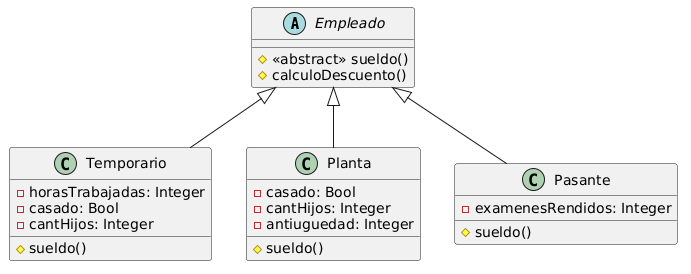
Earlier version of the PlantUML export Practicas/CuadernilloPatrones/Ejercicio2/UML.png (estanivege98/OO2).
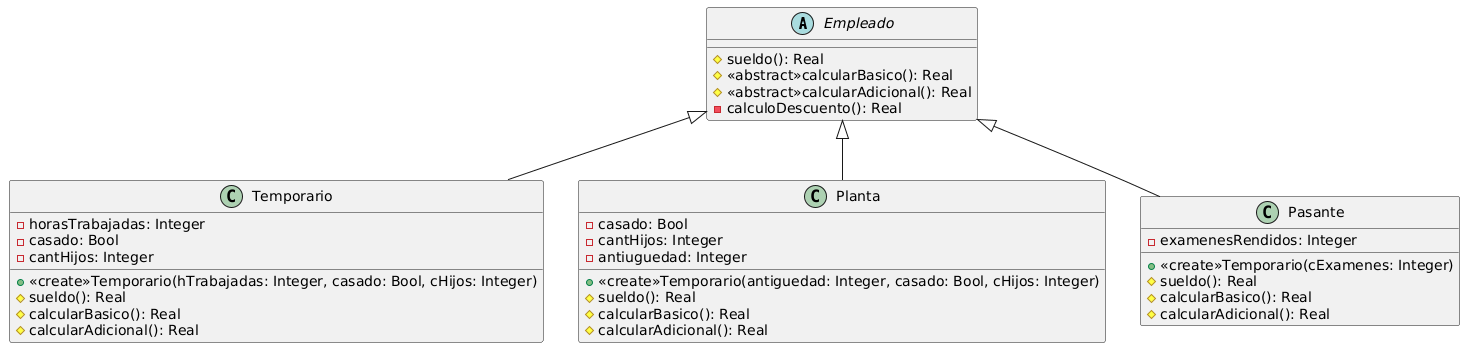
Above is the later version.

What changed in the source:
```diff
@@ -1,23 +1,34 @@
 @startuml
 Abstract Empleado{
-#<<abstract>> sueldo()
-#calculoDescuento()
+#sueldo(): Real
+#<<abstract>>calcularBasico(): Real
+#<<abstract>>calcularAdicional(): Real
+-calculoDescuento(): Real
 }
 Class Temporario{
 -horasTrabajadas: Integer
 -casado: Bool
 -cantHijos: Integer
-#sueldo()
++<<create>>Temporario(hTrabajadas: Integer, casado: Bool, cHijos: Integer)
+#sueldo(): Real
+#calcularBasico(): Real
+#calcularAdicional(): Real
 }
 Class Planta{
 -casado: Bool
 -cantHijos: Integer
 -antiuguedad: Integer
-#sueldo()
++<<create>>Temporario(antiguedad: Integer, casado: Bool, cHijos: Integer)
+#sueldo(): Real
+#calcularBasico(): Real
+#calcularAdicional(): Real
 }
 Class Pasante{
 -examenesRendidos: Integer
-#sueldo()
++<<create>>Temporario(cExamenes: Integer)
+#sueldo(): Real
+#calcularBasico(): Real
+#calcularAdicional(): Real
 }
 
 Temporario -up-|> Empleado
```
